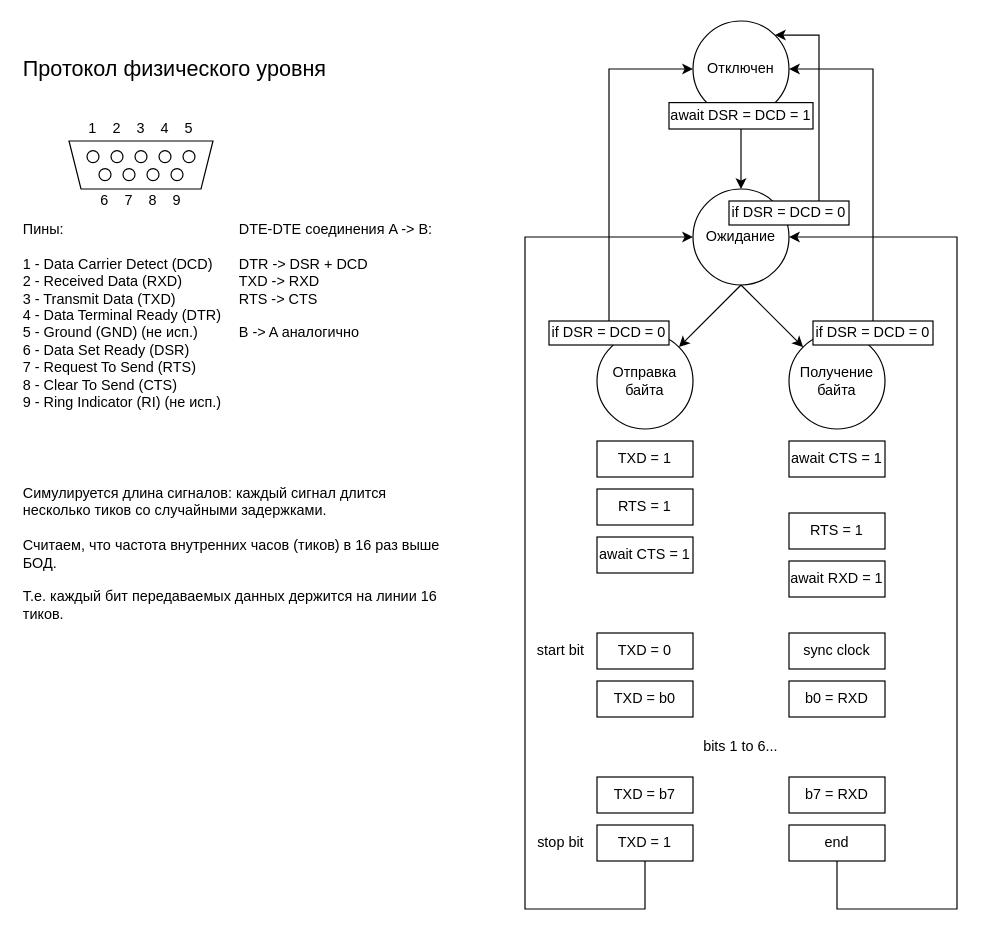
DeveloperMan313/networks-coursework-backend keeps this draw.io diagram as docs/physical-protocol.drawio. Above is the earlier version. Source tidied: cells renumbered, new cells numbered last; positions are measured from the earlier drawing's top-left corner, leaving out a move shared by most shapes. Both pictures are drawn from the tidied source at 120%, with x=0, y=0 at pixel (20, 20).
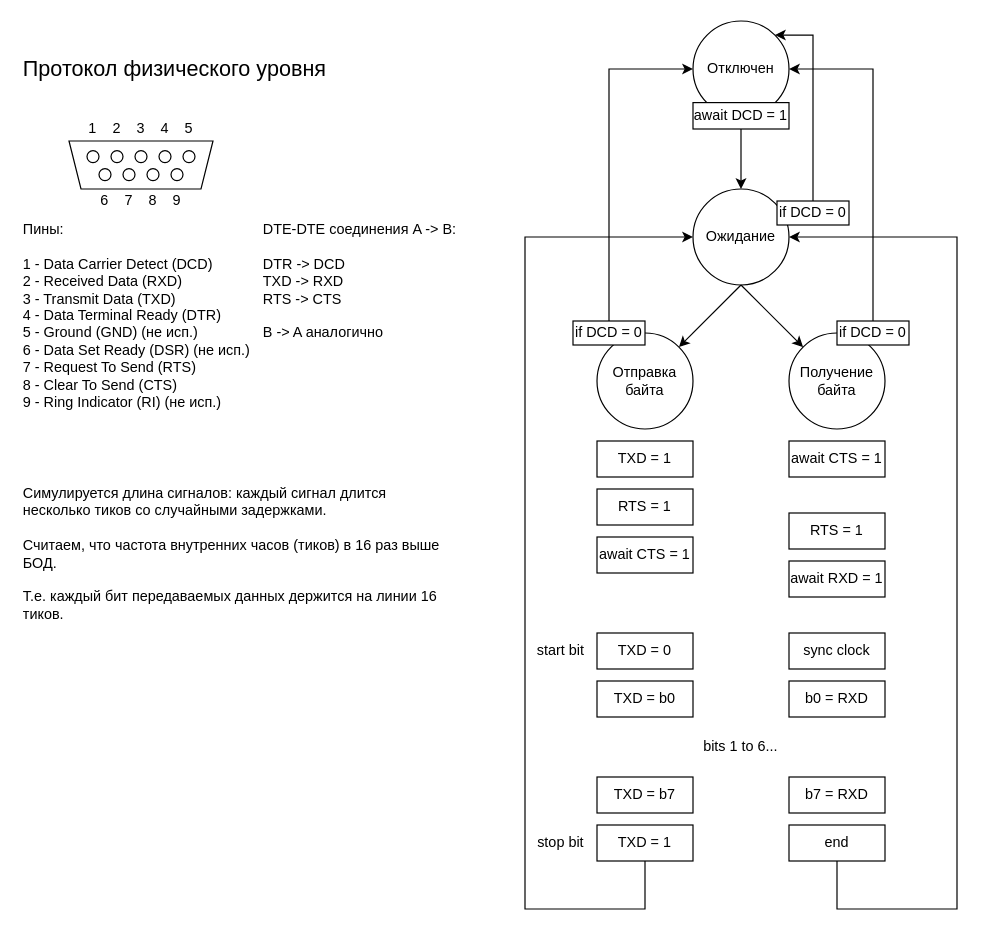
The same page after the edit.

Commit message (it also covers changes not shown here):
Add .gitignore, don't use DSR pin

The change refers to these unchanged cells:
```xml
<mxCell id="2" value="Отключен" style="ellipse;whiteSpace=wrap;html=1;" parent="1" vertex="1">
  <mxGeometry x="560" width="80" height="80" as="geometry" />
</mxCell>
```

The edit, as a diff of the source:
```diff
@@
-    <mxCell id="19" value="Пины:&lt;div&gt;&lt;br&gt;&lt;div&gt;1 - Data Carrier Detect (DCD)&lt;div&gt;2 - Received Data (RXD)&lt;/div&gt;&lt;div&gt;3 - Transmit Data (TXD)&lt;/div&gt;&lt;div&gt;4 - Data Terminal Ready (DTR)&lt;/div&gt;&lt;div&gt;5 - Ground (GND) (не исп.)&lt;/div&gt;&lt;div&gt;6 - Data Set Ready (DSR)&lt;/div&gt;&lt;div&gt;7 - Request To Send (RTS)&lt;/div&gt;&lt;div&gt;8 - Clear To Send (CTS)&lt;/div&gt;&lt;div&gt;9 - Ring Indicator (RI) (не исп.)&lt;/div&gt;&lt;/div&gt;&lt;/div&gt;" style="text;html=1;whiteSpace=wrap;strokeColor=none;fillColor=none;align=left;verticalAlign=top;rounded=0;" parent="1" vertex="1">
-      <mxGeometry y="160" width="180" height="180" as="geometry" />
+    <mxCell id="19" value="Пины:&lt;div&gt;&lt;br&gt;&lt;div&gt;1 - Data Carrier Detect (DCD)&lt;div&gt;2 - Received Data (RXD)&lt;/div&gt;&lt;div&gt;3 - Transmit Data (TXD)&lt;/div&gt;&lt;div&gt;4 - Data Terminal Ready (DTR)&lt;/div&gt;&lt;div&gt;5 - Ground (GND) (не исп.)&lt;/div&gt;&lt;div&gt;6 - Data Set Ready (DSR) (не исп.)&lt;/div&gt;&lt;div&gt;7 - Request To Send (RTS)&lt;/div&gt;&lt;div&gt;8 - Clear To Send (CTS)&lt;/div&gt;&lt;div&gt;9 - Ring Indicator (RI) (не исп.)&lt;/div&gt;&lt;/div&gt;&lt;/div&gt;" style="text;html=1;whiteSpace=wrap;strokeColor=none;fillColor=none;align=left;verticalAlign=top;rounded=0;" parent="1" vertex="1">
+      <mxGeometry y="160" width="200" height="180" as="geometry" />
     </mxCell>
-    <mxCell id="20" value="DTE-DTE соединения A -&amp;gt; B:&lt;div&gt;&lt;br&gt;&lt;/div&gt;&lt;div&gt;DTR -&amp;gt; DSR + DCD&lt;/div&gt;&lt;div&gt;TXD -&amp;gt; RXD&lt;/div&gt;&lt;div&gt;RTS -&amp;gt; CTS&lt;br&gt;&lt;/div&gt;&lt;div&gt;&lt;br&gt;&lt;/div&gt;&lt;div&gt;B -&amp;gt; A аналогично&lt;/div&gt;" style="text;html=1;whiteSpace=wrap;strokeColor=none;fillColor=none;align=left;verticalAlign=top;rounded=0;" parent="1" vertex="1">
-      <mxGeometry x="180" y="160" width="180" height="180" as="geometry" />
+    <mxCell id="20" value="DTE-DTE соединения A -&amp;gt; B:&lt;div&gt;&lt;br&gt;&lt;/div&gt;&lt;div&gt;DTR -&amp;gt; DCD&lt;/div&gt;&lt;div&gt;TXD -&amp;gt; RXD&lt;/div&gt;&lt;div&gt;RTS -&amp;gt; CTS&lt;br&gt;&lt;/div&gt;&lt;div&gt;&lt;br&gt;&lt;/div&gt;&lt;div&gt;B -&amp;gt; A аналогично&lt;/div&gt;" style="text;html=1;whiteSpace=wrap;strokeColor=none;fillColor=none;align=left;verticalAlign=top;rounded=0;" parent="1" vertex="1">
+      <mxGeometry x="200" y="160" width="180" height="180" as="geometry" />
     </mxCell>
@@
-    <mxCell id="45" value="await DSR = DCD = 1" style="rounded=0;whiteSpace=wrap;html=1;" parent="1" vertex="1">
-      <mxGeometry x="540" y="68" width="120" height="22" as="geometry" />
+    <mxCell id="45" value="await DCD = 1" style="rounded=0;whiteSpace=wrap;html=1;" parent="1" vertex="1">
+      <mxGeometry x="560" y="68" width="80" height="22" as="geometry" />
     </mxCell>
-    <mxCell id="46" value="if DSR = DCD = 0" style="rounded=0;whiteSpace=wrap;html=1;" parent="1" vertex="1">
-      <mxGeometry x="440" y="250" width="100" height="20" as="geometry" />
+    <mxCell id="46" value="if DCD = 0" style="rounded=0;whiteSpace=wrap;html=1;" parent="1" vertex="1">
+      <mxGeometry x="460" y="250" width="60" height="20" as="geometry" />
     </mxCell>
-    <mxCell id="47" value="if DSR = DCD = 0" style="rounded=0;whiteSpace=wrap;html=1;" parent="1" vertex="1">
-      <mxGeometry x="660" y="250" width="100" height="20" as="geometry" />
+    <mxCell id="47" value="if DCD = 0" style="rounded=0;whiteSpace=wrap;html=1;" parent="1" vertex="1">
+      <mxGeometry x="680" y="250" width="60" height="20" as="geometry" />
     </mxCell>
-    <mxCell id="48" style="edgeStyle=orthogonalEdgeStyle;rounded=0;jettySize=auto;html=1;entryX=1;entryY=0;entryDx=0;entryDy=0;exitX=0.75;exitY=0;exitDx=0;exitDy=0;" parent="1" edge="1" source="49" target="2">
+    <mxCell id="48" style="edgeStyle=orthogonalEdgeStyle;rounded=0;jettySize=auto;html=1;entryX=1;entryY=0;entryDx=0;entryDy=0;exitX=0.5;exitY=0;exitDx=0;exitDy=0;" parent="1" edge="1" source="49" target="2">
       <mxGeometry relative="1" as="geometry">
         <Array as="points">
-          <mxPoint x="665" y="12" />
+          <mxPoint x="660" y="12" />
         </Array>
       </mxGeometry>
     </mxCell>
-    <mxCell id="49" value="if DSR = DCD = 0" style="rounded=0;whiteSpace=wrap;html=1;" parent="1" vertex="1">
-      <mxGeometry x="590" y="150" width="100" height="20" as="geometry" />
+    <mxCell id="49" value="if DCD = 0" style="rounded=0;whiteSpace=wrap;html=1;" parent="1" vertex="1">
+      <mxGeometry x="630" y="150" width="60" height="20" as="geometry" />
     </mxCell>
```
